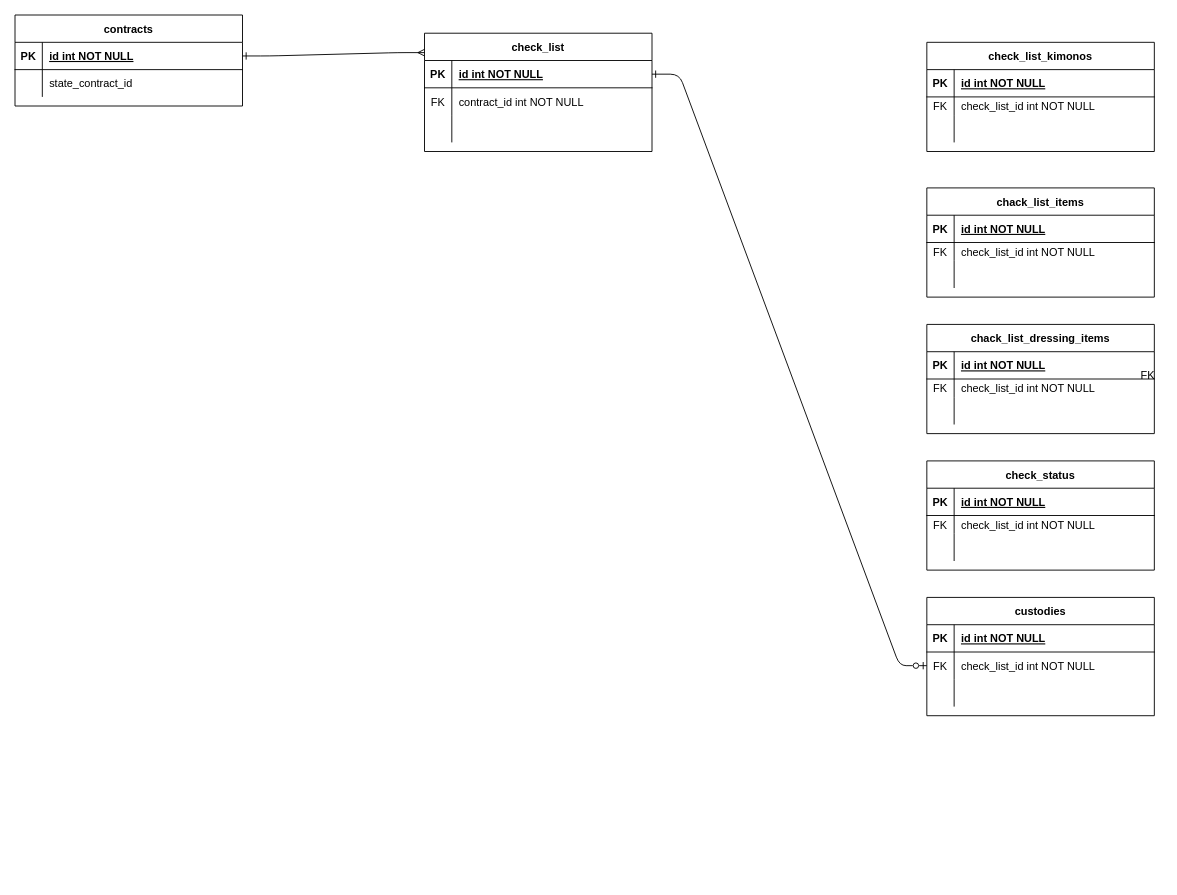
Earlier version of the draw.io diagram 名称未設定ファイル.drawio (MASAKi-cell/next-python-web-platfor). Source tidied: cells renumbered, new cells numbered last; positions are measured from the earlier drawing's top-left corner, leaving out a move shared by most shapes. Both pictures are drawn from the tidied source at 91%, with x=0, y=0 at pixel (15, 15).
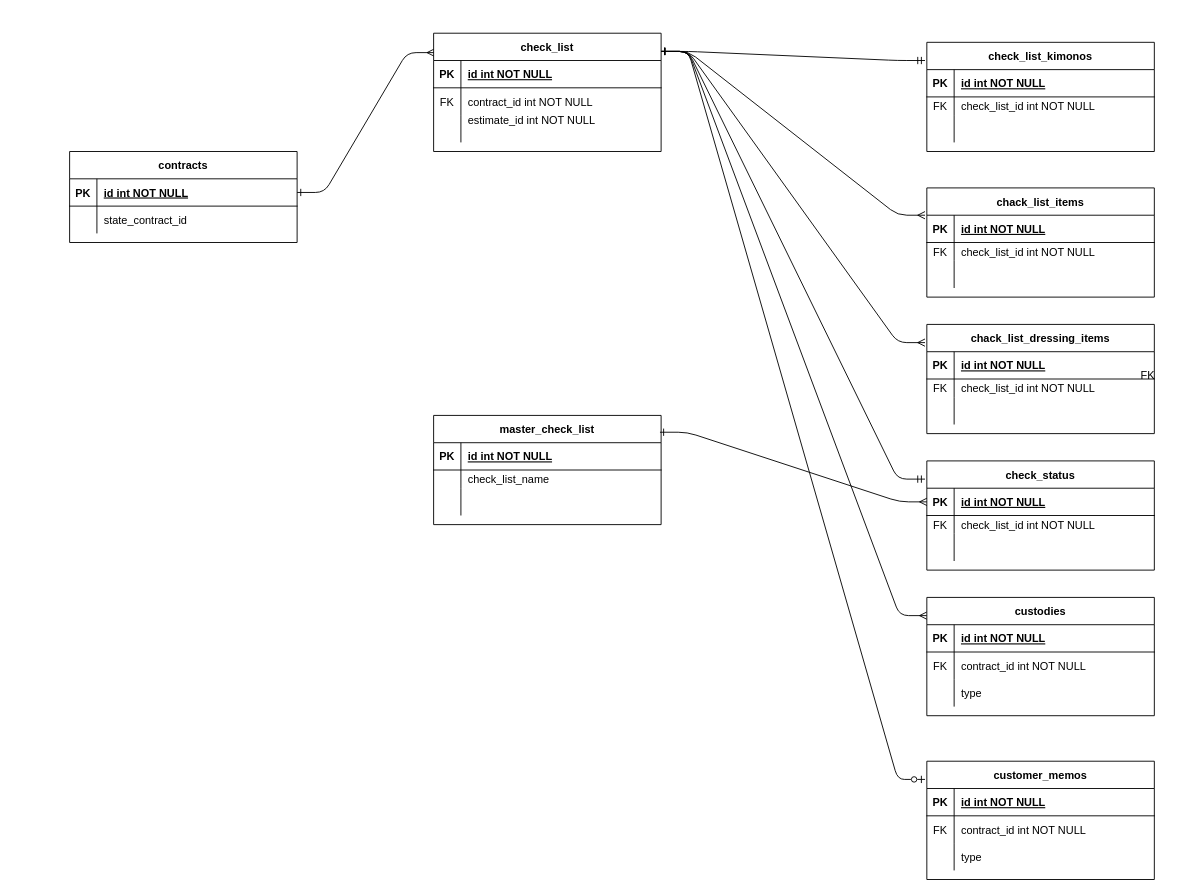
The same diagram, later.

Commit message (it also covers changes not shown here):
名称未設定ファイル.drawio を更新します

The change refers to these unchanged cells:
```xml
<mxCell id="5" style="shape=partialRectangle;fillColor=none;points=[[0,0.5],[1,0.5]];portConstraint=eastwest;top=0;left=0;right=0;bottom=1;" parent="4" vertex="1">
  <mxGeometry y="30" width="250" height="30" as="geometry" />
</mxCell>
<mxCell id="18" style="shape=partialRectangle;fillColor=none;points=[[0,0.5],[1,0.5]];portConstraint=eastwest;top=0;left=0;right=0;bottom=0;" parent="14" vertex="1">
  <mxGeometry y="60" width="250" height="30" as="geometry" />
</mxCell>
<mxCell id="21" style="shape=partialRectangle;fillColor=none;top=0;left=0;right=0;bottom=0;" parent="14" vertex="1">
  <mxGeometry y="90" width="250" height="30" as="geometry" />
</mxCell>
```

The edit, as a diff of the source:
```diff
@@
-    <mxCell id="3" style="edgeStyle=entityRelationEdgeStyle;endArrow=ERzeroToOne;startArrow=ERone;endFill=0;startFill=0;" parent="1" edge="1" source="5" target="18">
-      <mxGeometry relative="1" as="geometry" />
+    <mxCell id="3" style="edgeStyle=entityRelationEdgeStyle;endArrow=ERmany;startArrow=ERone;endFill=0;startFill=0;" parent="1" edge="1">
+      <mxGeometry relative="1" as="geometry">
+        <mxPoint x="710" y="40" as="sourcePoint" />
+        <mxPoint x="1002" y="660" as="targetPoint" />
+        <Array as="points">
+          <mxPoint x="990" y="595" />
+        </Array>
+      </mxGeometry>
     </mxCell>
     <mxCell id="4" value="check_list" style="shape=table;startSize=30;childLayout=tableLayout;rowLines=0;fontStyle=1;align=center;" parent="1" vertex="1">
-      <mxGeometry x="450" y="20" width="250" height="130" as="geometry" />
+      <mxGeometry x="460" y="20" width="250" height="130" as="geometry" />
     </mxCell>
@@
-    <mxCell id="20" value="check_list_id int NOT NULL" style="shape=partialRectangle;overflow=hidden;fillColor=none;top=0;left=0;bottom=0;right=0;align=left;spacingLeft=6;" parent="18" vertex="1">
+    <mxCell id="20" value="contract_id int NOT NULL" style="shape=partialRectangle;overflow=hidden;fillColor=none;top=0;left=0;bottom=0;right=0;align=left;spacingLeft=6;" parent="18" vertex="1">
       <mxGeometry x="30" width="220" height="30" as="geometry" />
     </mxCell>
@@
-    <mxCell id="23" style="shape=partialRectangle;overflow=hidden;fillColor=none;top=0;left=0;bottom=0;right=0;align=left;spacingLeft=6;" parent="21" vertex="1">
+    <mxCell id="23" value="type" style="shape=partialRectangle;overflow=hidden;fillColor=none;top=0;left=0;bottom=0;right=0;align=left;spacingLeft=6;" parent="21" vertex="1">
       <mxGeometry x="30" width="220" height="30" as="geometry" />
     </mxCell>
     <mxCell id="24" value="contracts" style="shape=table;startSize=30;childLayout=tableLayout;rowLines=0;fontStyle=1;align=center;" parent="1" vertex="1">
-      <mxGeometry width="250" height="100" as="geometry" />
+      <mxGeometry x="60" y="150" width="250" height="100" as="geometry" />
     </mxCell>
@@
+    <mxCell id="72" value="customer_memos" style="shape=table;startSize=30;childLayout=tableLayout;rowLines=0;fontStyle=1;align=center;" parent="1" vertex="1">
+      <mxGeometry x="1002" y="820" width="250" height="130" as="geometry" />
+    </mxCell>
+    <mxCell id="73" style="shape=partialRectangle;fillColor=none;top=0;left=0;right=0;bottom=1;" parent="72" vertex="1">
+      <mxGeometry y="30" width="250" height="30" as="geometry" />
+    </mxCell>
+    <mxCell id="74" value="PK" style="shape=partialRectangle;overflow=hidden;fillColor=none;top=0;left=0;bottom=0;right=0;fontStyle=1;" parent="73" vertex="1">
+      <mxGeometry width="30" height="30" as="geometry" />
+    </mxCell>
+    <mxCell id="75" value="id int NOT NULL " style="shape=partialRectangle;overflow=hidden;fillColor=none;top=0;left=0;bottom=0;right=0;align=left;spacingLeft=6;fontStyle=5;" parent="73" vertex="1">
+      <mxGeometry x="30" width="220" height="30" as="geometry" />
+    </mxCell>
+    <mxCell id="76" style="shape=partialRectangle;fillColor=none;top=0;left=0;right=0;bottom=0;" parent="72" vertex="1">
+      <mxGeometry y="60" width="250" height="30" as="geometry" />
+    </mxCell>
+    <mxCell id="77" value="FK" style="shape=partialRectangle;overflow=hidden;fillColor=none;top=0;left=0;bottom=0;right=0;" parent="76" vertex="1">
+      <mxGeometry width="30" height="30" as="geometry" />
+    </mxCell>
+    <mxCell id="78" value="contract_id int NOT NULL" style="shape=partialRectangle;overflow=hidden;fillColor=none;top=0;left=0;bottom=0;right=0;align=left;spacingLeft=6;" parent="76" vertex="1">
+      <mxGeometry x="30" width="220" height="30" as="geometry" />
+    </mxCell>
+    <mxCell id="79" style="shape=partialRectangle;fillColor=none;top=0;left=0;right=0;bottom=0;" parent="72" vertex="1">
+      <mxGeometry y="90" width="250" height="30" as="geometry" />
+    </mxCell>
+    <mxCell id="80" style="shape=partialRectangle;overflow=hidden;fillColor=none;top=0;left=0;bottom=0;right=0;" parent="79" vertex="1">
+      <mxGeometry width="30" height="30" as="geometry" />
+    </mxCell>
+    <mxCell id="81" value="type" style="shape=partialRectangle;overflow=hidden;fillColor=none;top=0;left=0;bottom=0;right=0;align=left;spacingLeft=6;" parent="79" vertex="1">
+      <mxGeometry x="30" width="220" height="30" as="geometry" />
+    </mxCell>
+    <mxCell id="82" style="edgeStyle=entityRelationEdgeStyle;endArrow=ERzeroToOne;startArrow=ERone;endFill=0;startFill=0;" parent="1" edge="1">
+      <mxGeometry relative="1" as="geometry">
+        <mxPoint x="710" y="40" as="sourcePoint" />
+        <mxPoint x="1000" y="840" as="targetPoint" />
+        <Array as="points">
+          <mxPoint x="779" y="410" />
+          <mxPoint x="815" y="690" />
+        </Array>
+      </mxGeometry>
+    </mxCell>
+    <mxCell id="83" style="edgeStyle=entityRelationEdgeStyle;endArrow=ERmandOne;startArrow=ERone;endFill=0;startFill=0;" parent="1" edge="1">
+      <mxGeometry relative="1" as="geometry">
+        <mxPoint x="710" y="40" as="sourcePoint" />
+        <mxPoint x="1000" y="510" as="targetPoint" />
+        <Array as="points">
+          <mxPoint x="1000" y="605" />
+          <mxPoint x="990" y="510" />
+        </Array>
+      </mxGeometry>
+    </mxCell>
+    <mxCell id="84" style="edgeStyle=entityRelationEdgeStyle;endArrow=ERmany;startArrow=ERone;endFill=0;startFill=0;" parent="1" edge="1">
+      <mxGeometry relative="1" as="geometry">
+        <mxPoint x="710" y="40" as="sourcePoint" />
+        <mxPoint x="1000" y="360" as="targetPoint" />
+        <Array as="points">
+          <mxPoint x="1010" y="615" />
+          <mxPoint x="1000" y="520" />
+        </Array>
+      </mxGeometry>
+    </mxCell>
+    <mxCell id="85" style="edgeStyle=entityRelationEdgeStyle;endArrow=ERmany;startArrow=ERone;endFill=0;startFill=0;" parent="1" edge="1">
+      <mxGeometry relative="1" as="geometry">
+        <mxPoint x="710" y="40" as="sourcePoint" />
+        <mxPoint x="1000" y="220" as="targetPoint" />
+        <Array as="points">
+          <mxPoint x="1020" y="625" />
+          <mxPoint x="1010" y="530" />
+        </Array>
+      </mxGeometry>
+    </mxCell>
+    <mxCell id="86" style="edgeStyle=entityRelationEdgeStyle;endArrow=ERmandOne;startArrow=ERone;endFill=0;startFill=0;" parent="1" edge="1">
+      <mxGeometry relative="1" as="geometry">
+        <mxPoint x="710" y="40" as="sourcePoint" />
+        <mxPoint x="1000" y="50" as="targetPoint" />
+        <Array as="points">
+          <mxPoint x="1030.2" y="670.8" />
+          <mxPoint x="1020.2" y="575.8" />
+        </Array>
+      </mxGeometry>
+    </mxCell>
+    <mxCell id="87" value="estimate_id int NOT NULL" style="shape=partialRectangle;overflow=hidden;fillColor=none;top=0;left=0;bottom=0;right=0;align=left;spacingLeft=6;" parent="1" vertex="1">
+      <mxGeometry x="490" y="100" width="220" height="30" as="geometry" />
+    </mxCell>
+    <mxCell id="88" value="master_check_list" style="shape=table;startSize=30;childLayout=tableLayout;rowLines=0;fontStyle=1;align=center;" parent="1" vertex="1">
+      <mxGeometry x="460" y="440" width="250" height="120" as="geometry" />
+    </mxCell>
+    <mxCell id="89" style="shape=partialRectangle;fillColor=none;top=0;left=0;right=0;bottom=1;" parent="88" vertex="1">
+      <mxGeometry y="30" width="250" height="30" as="geometry" />
+    </mxCell>
+    <mxCell id="90" value="PK" style="shape=partialRectangle;overflow=hidden;fillColor=none;top=0;left=0;bottom=0;right=0;fontStyle=1;" parent="89" vertex="1">
+      <mxGeometry width="30" height="30" as="geometry" />
+    </mxCell>
+    <mxCell id="91" value="id int NOT NULL " style="shape=partialRectangle;overflow=hidden;fillColor=none;top=0;left=0;bottom=0;right=0;align=left;spacingLeft=6;fontStyle=5;" parent="89" vertex="1">
+      <mxGeometry x="30" width="220" height="30" as="geometry" />
+    </mxCell>
+    <mxCell id="92" style="shape=partialRectangle;fillColor=none;top=0;left=0;right=0;bottom=0;" parent="88" vertex="1">
+      <mxGeometry y="60" width="250" height="20" as="geometry" />
+    </mxCell>
+    <mxCell id="93" style="shape=partialRectangle;overflow=hidden;fillColor=none;top=0;left=0;bottom=0;right=0;" parent="92" vertex="1">
+      <mxGeometry width="30" height="20" as="geometry" />
+    </mxCell>
+    <mxCell id="94" value="check_list_name" style="shape=partialRectangle;overflow=hidden;fillColor=none;top=0;left=0;bottom=0;right=0;align=left;spacingLeft=6;" parent="92" vertex="1">
+      <mxGeometry x="30" width="220" height="20" as="geometry" />
+    </mxCell>
+    <mxCell id="95" style="shape=partialRectangle;fillColor=none;top=0;left=0;right=0;bottom=0;" parent="88" vertex="1">
+      <mxGeometry y="80" width="250" height="30" as="geometry" />
+    </mxCell>
+    <mxCell id="96" style="shape=partialRectangle;overflow=hidden;fillColor=none;top=0;left=0;bottom=0;right=0;" parent="95" vertex="1">
+      <mxGeometry width="30" height="30" as="geometry" />
+    </mxCell>
+    <mxCell id="97" style="shape=partialRectangle;overflow=hidden;fillColor=none;top=0;left=0;bottom=0;right=0;align=left;spacingLeft=6;" parent="95" vertex="1">
+      <mxGeometry x="30" width="220" height="30" as="geometry" />
+    </mxCell>
+    <mxCell id="98" style="edgeStyle=entityRelationEdgeStyle;endArrow=ERmany;startArrow=ERone;endFill=0;startFill=0;exitX=0.995;exitY=0.154;exitDx=0;exitDy=0;exitPerimeter=0;" parent="1" edge="1" source="88">
+      <mxGeometry relative="1" as="geometry">
+        <mxPoint x="1002" y="535" as="targetPoint" />
+        <Array as="points">
+          <mxPoint x="730" y="530" />
+          <mxPoint x="810" y="360" />
+          <mxPoint x="789" y="420" />
+          <mxPoint x="825" y="700" />
+        </Array>
+      </mxGeometry>
+    </mxCell>
```
